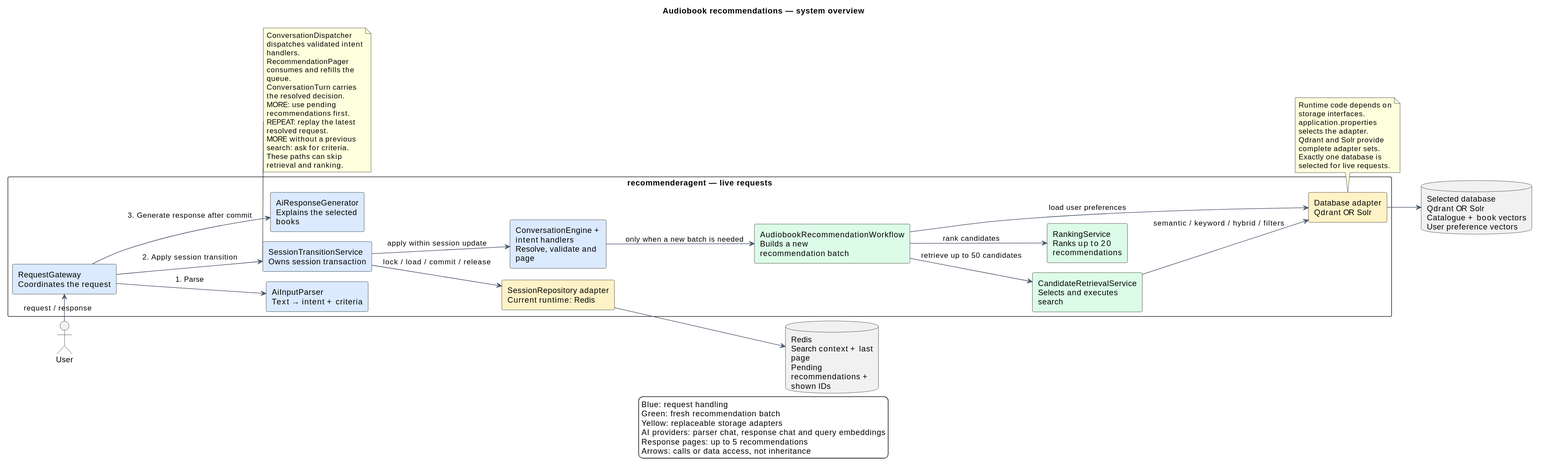
Earlier version of the PlantUML export docs/diagrams/system-overview.svg (Juliu9/IT-Project).
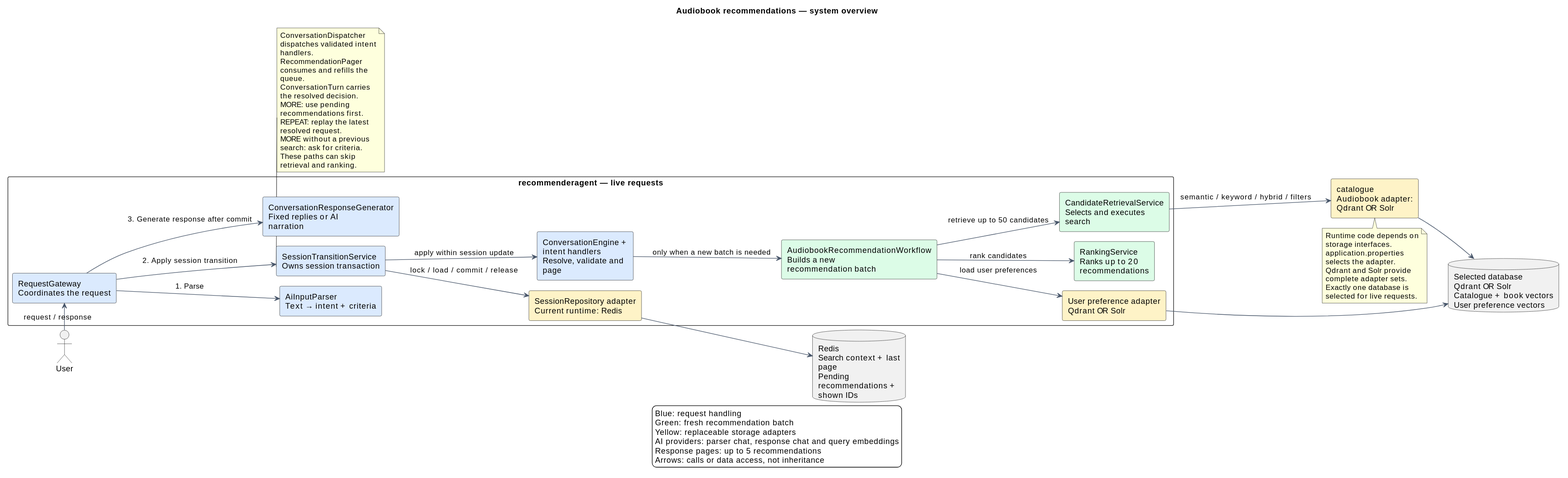
The same file after the commit.

Commit message:
Document shared catalogue and response generation responsibilities

The edit, as a diff of the source:
```diff
@@ -19,10 +19,11 @@
   component "AudiobookRecommendationWorkflow\nBuilds a new recommendation batch" as Workflow #DCFCE7
   component "CandidateRetrievalService\nSelects and executes search" as Retrieval #DCFCE7
   component "RankingService\nRanks up to 20 recommendations" as Ranking #DCFCE7
-  component "AiResponseGenerator\nExplains the selected books" as Response #DBEAFE
-  component "Database adapter\nQdrant OR Solr" as Adapter #FEF3C7
+  component "ConversationResponseGenerator\nFixed replies or AI narration" as Response #DBEAFE
+  component "User preference adapter\nQdrant OR Solr" as UserAdapter #FEF3C7
   component "SessionRepository adapter\nCurrent runtime: Redis" as SessionStore #FEF3C7
 }
+component "catalogue\nAudiobook adapter: Qdrant OR Solr" as Adapter #FEF3C7
 database "Selected database\nQdrant OR Solr\nCatalogue + book vectors\nUser preference vectors" as Qdrant
 database "Redis\nSearch context + last page\nPending recommendations + shown IDs" as Redis
 
@@ -33,7 +34,8 @@
 SessionStore --> Redis
 Session --> Engine : apply within session update
 Engine --> Workflow : only when a new batch is needed
-Workflow --> Adapter : load user preferences
+Workflow --> UserAdapter : load user preferences
+UserAdapter --> Qdrant
 Workflow --> Retrieval : retrieve up to 50 candidates
 Retrieval --> Adapter : semantic / keyword / hybrid / filters
 Adapter --> Qdrant
```
